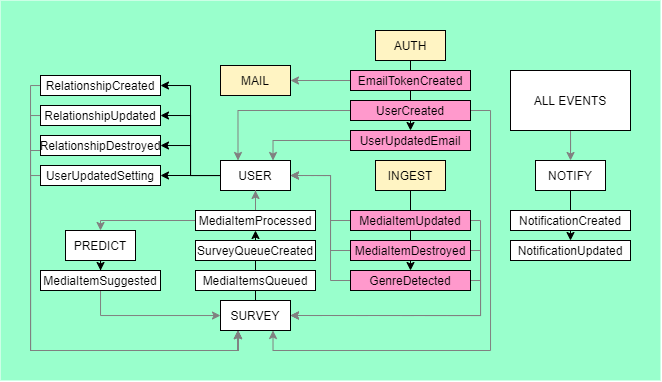
Above: docs/event-flow.png in flickswipe/app (draw.io), before the change. Source tidied: cells renumbered, new cells last; positions are measured from the earlier drawing's top-left corner, leaving out a move shared by most shapes.
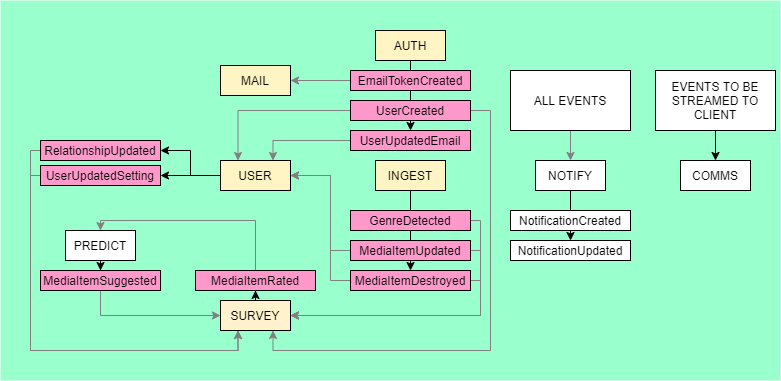
After the commit.

Change to the diagram source:
```diff
@@ -3,7 +3,7 @@
     <mxCell id="0" />
     <mxCell id="1" parent="0" />
     <mxCell id="2" style="whiteSpace=wrap;html=1;strokeColor=none;fillColor=#99FFCC;shadow=0;" parent="1" vertex="1">
-      <mxGeometry width="660" height="380" as="geometry" />
+      <mxGeometry width="780" height="380" as="geometry" />
     </mxCell>
     <mxCell id="3" style="edgeStyle=orthogonalEdgeStyle;rounded=0;jettySize=auto;html=1;entryX=0.5;entryY=0;entryDx=0;entryDy=0;" parent="1" edge="1" source="4" target="18">
       <mxGeometry relative="1" as="geometry" />
@@ -20,16 +20,10 @@
     <mxCell id="7" style="edgeStyle=orthogonalEdgeStyle;rounded=0;jettySize=auto;html=1;entryX=1;entryY=0.5;entryDx=0;entryDy=0;strokeColor=#000000;" parent="1" edge="1" source="11" target="39">
       <mxGeometry relative="1" as="geometry" />
     </mxCell>
-    <mxCell id="8" style="edgeStyle=orthogonalEdgeStyle;rounded=0;jettySize=auto;html=1;entryX=1;entryY=0.5;entryDx=0;entryDy=0;strokeColor=#000000;" parent="1" edge="1" source="11" target="36">
-      <mxGeometry relative="1" as="geometry" />
-    </mxCell>
-    <mxCell id="9" style="edgeStyle=orthogonalEdgeStyle;rounded=0;jettySize=auto;html=1;entryX=1;entryY=0.5;entryDx=0;entryDy=0;strokeColor=#000000;" parent="1" edge="1" source="11" target="34">
-      <mxGeometry relative="1" as="geometry" />
-    </mxCell>
     <mxCell id="10" style="edgeStyle=orthogonalEdgeStyle;rounded=0;jettySize=auto;html=1;entryX=1;entryY=0.5;entryDx=0;entryDy=0;strokeColor=#000000;" parent="1" edge="1" source="11" target="32">
       <mxGeometry relative="1" as="geometry" />
     </mxCell>
-    <mxCell id="11" value="USER" style="rounded=0;whiteSpace=wrap;html=1;" parent="1" vertex="1">
+    <mxCell id="11" value="USER" style="rounded=0;whiteSpace=wrap;html=1;fillColor=#FFF4C3;" parent="1" vertex="1">
       <mxGeometry x="220" y="160" width="70" height="30" as="geometry" />
     </mxCell>
     <mxCell id="12" style="edgeStyle=orthogonalEdgeStyle;rounded=0;jettySize=auto;html=1;" parent="1" edge="1" source="13" target="41">
@@ -65,14 +59,6 @@
     <mxCell id="20" value="EmailTokenCreated" style="rounded=0;whiteSpace=wrap;html=1;fillColor=#FF99CC;" parent="1" vertex="1">
       <mxGeometry x="350" y="70" width="120" height="20" as="geometry" />
     </mxCell>
-    <mxCell id="21" style="edgeStyle=orthogonalEdgeStyle;rounded=0;jettySize=auto;html=1;entryX=1;entryY=0.5;entryDx=0;entryDy=0;strokeColor=#808080;" parent="1" edge="1" source="23" target="11">
-      <mxGeometry relative="1" as="geometry">
-        <Array as="points">
-          <mxPoint x="330" y="220" />
-          <mxPoint x="330" y="175" />
-        </Array>
-      </mxGeometry>
-    </mxCell>
     <mxCell id="22" style="edgeStyle=orthogonalEdgeStyle;rounded=0;jettySize=auto;html=1;entryX=1;entryY=0.5;entryDx=0;entryDy=0;strokeColor=#808080;" parent="1" edge="1" source="23" target="49">
       <mxGeometry relative="1" as="geometry">
         <Array as="points">
@@ -81,9 +67,17 @@
         </Array>
       </mxGeometry>
     </mxCell>
-    <mxCell id="23" value="MediaItemUpdated" style="rounded=0;whiteSpace=wrap;html=1;fillColor=#FF99CC;" parent="1" vertex="1">
+    <mxCell id="23" value="GenreDetected" style="rounded=0;whiteSpace=wrap;html=1;fillColor=#FF99CC;" parent="1" vertex="1">
       <mxGeometry x="350" y="210" width="120" height="20" as="geometry" />
     </mxCell>
+    <mxCell id="25" style="edgeStyle=orthogonalEdgeStyle;rounded=0;jettySize=auto;html=1;entryX=1;entryY=0.5;entryDx=0;entryDy=0;strokeColor=#808080;" parent="1" edge="1" source="26" target="49">
+      <mxGeometry relative="1" as="geometry">
+        <Array as="points">
+          <mxPoint x="480" y="250" />
+          <mxPoint x="480" y="315" />
+        </Array>
+      </mxGeometry>
+    </mxCell>
     <mxCell id="24" style="edgeStyle=orthogonalEdgeStyle;rounded=0;jettySize=auto;html=1;entryX=1;entryY=0.5;entryDx=0;entryDy=0;strokeColor=#808080;" parent="1" edge="1" source="26" target="11">
       <mxGeometry relative="1" as="geometry">
         <Array as="points">
@@ -92,15 +86,7 @@
         </Array>
       </mxGeometry>
     </mxCell>
-    <mxCell id="25" style="edgeStyle=orthogonalEdgeStyle;rounded=0;jettySize=auto;html=1;entryX=1;entryY=0.5;entryDx=0;entryDy=0;strokeColor=#808080;" parent="1" edge="1" source="26" target="49">
-      <mxGeometry relative="1" as="geometry">
-        <Array as="points">
-          <mxPoint x="480" y="250" />
-          <mxPoint x="480" y="315" />
-        </Array>
-      </mxGeometry>
-    </mxCell>
-    <mxCell id="26" value="MediaItemDestroyed" style="rounded=0;whiteSpace=wrap;html=1;fillColor=#FF99CC;" parent="1" vertex="1">
+    <mxCell id="26" value="MediaItemUpdated" style="rounded=0;whiteSpace=wrap;html=1;fillColor=#FF99CC;" parent="1" vertex="1">
       <mxGeometry x="350" y="240" width="120" height="20" as="geometry" />
     </mxCell>
     <mxCell id="27" style="edgeStyle=orthogonalEdgeStyle;rounded=0;jettySize=auto;html=1;entryX=1;entryY=0.5;entryDx=0;entryDy=0;strokeColor=#808080;" parent="1" edge="1" source="29" target="11">
@@ -119,7 +105,7 @@
         </Array>
       </mxGeometry>
     </mxCell>
-    <mxCell id="29" value="GenreDetected" style="rounded=0;whiteSpace=wrap;html=1;fillColor=#FF99CC;" parent="1" vertex="1">
+    <mxCell id="29" value="MediaItemDestroyed" style="rounded=0;whiteSpace=wrap;html=1;fillColor=#FF99CC;" parent="1" vertex="1">
       <mxGeometry x="350" y="270" width="120" height="20" as="geometry" />
     </mxCell>
     <mxCell id="30" value="MAIL" style="rounded=0;whiteSpace=wrap;html=1;fillColor=#FFF4C3;" parent="1" vertex="1">
@@ -128,48 +114,15 @@
     <mxCell id="31" style="edgeStyle=orthogonalEdgeStyle;rounded=0;jettySize=auto;html=1;entryX=0.25;entryY=1;entryDx=0;entryDy=0;strokeColor=#808080;" parent="1" edge="1" source="32" target="49">
       <mxGeometry relative="1" as="geometry">
         <Array as="points">
-          <mxPoint x="30" y="85" />
+          <mxPoint x="30" y="150" />
           <mxPoint x="30" y="350" />
-          <mxPoint x="237" y="350" />
+          <mxPoint x="238" y="350" />
         </Array>
       </mxGeometry>
     </mxCell>
-    <mxCell id="32" value="RelationshipCreated" style="rounded=0;whiteSpace=wrap;html=1;" parent="1" vertex="1">
-      <mxGeometry x="40" y="75" width="120" height="20" as="geometry" />
+    <mxCell id="32" value="RelationshipUpdated" style="rounded=0;whiteSpace=wrap;html=1;fillColor=#FF99CC;" parent="1" vertex="1">
+      <mxGeometry x="40" y="140" width="120" height="20" as="geometry" />
     </mxCell>
-    <mxCell id="33" style="edgeStyle=orthogonalEdgeStyle;rounded=0;jettySize=auto;html=1;entryX=0.25;entryY=1;entryDx=0;entryDy=0;strokeColor=#808080;" parent="1" edge="1" source="34" target="49">
-      <mxGeometry relative="1" as="geometry">
-        <Array as="points">
-          <mxPoint x="30" y="115" />
-          <mxPoint x="30" y="350" />
-          <mxPoint x="237" y="350" />
-        </Array>
-      </mxGeometry>
-    </mxCell>
-    <mxCell id="34" value="RelationshipUpdated" style="rounded=0;whiteSpace=wrap;html=1;" parent="1" vertex="1">
-      <mxGeometry x="40" y="105" width="120" height="20" as="geometry" />
-    </mxCell>
-    <mxCell id="35" style="edgeStyle=orthogonalEdgeStyle;rounded=0;jettySize=auto;html=1;entryX=0.25;entryY=1;entryDx=0;entryDy=0;strokeColor=#808080;" parent="1" edge="1" source="36" target="49">
-      <mxGeometry relative="1" as="geometry">
-        <Array as="points">
-          <mxPoint x="30" y="150" />
-          <mxPoint x="30" y="350" />
-          <mxPoint x="237" y="350" />
-        </Array>
-      </mxGeometry>
-    </mxCell>
-    <mxCell id="36" value="RelationshipDestroyed" style="rounded=0;whiteSpace=wrap;html=1;" parent="1" vertex="1">
-      <mxGeometry x="40" y="135" width="120" height="20" as="geometry" />
-    </mxCell>
-    <mxCell id="37" style="edgeStyle=orthogonalEdgeStyle;rounded=0;jettySize=auto;html=1;entryX=0.25;entryY=1;entryDx=0;entryDy=0;strokeColor=#808080;" parent="1" edge="1" source="2" target="49">
-      <mxGeometry relative="1" as="geometry">
-        <Array as="points">
-          <mxPoint x="30" y="175" />
-          <mxPoint x="30" y="350" />
-          <mxPoint x="237" y="350" />
-        </Array>
-      </mxGeometry>
-    </mxCell>
     <mxCell id="38" style="edgeStyle=orthogonalEdgeStyle;rounded=0;jettySize=auto;html=1;entryX=0.25;entryY=1;entryDx=0;entryDy=0;strokeColor=#808080;" parent="1" edge="1" source="39" target="49">
       <mxGeometry relative="1" as="geometry">
         <Array as="points">
@@ -179,7 +132,7 @@
         </Array>
       </mxGeometry>
     </mxCell>
-    <mxCell id="39" value="UserUpdatedSetting" style="rounded=0;whiteSpace=wrap;html=1;" parent="1" vertex="1">
+    <mxCell id="39" value="UserUpdatedSetting" style="rounded=0;whiteSpace=wrap;html=1;fillColor=#FF99CC;" parent="1" vertex="1">
       <mxGeometry x="40" y="165" width="120" height="20" as="geometry" />
     </mxCell>
     <mxCell id="40" style="edgeStyle=orthogonalEdgeStyle;rounded=0;jettySize=auto;html=1;strokeColor=#808080;" parent="1" edge="1" source="41" target="49">
@@ -189,7 +142,7 @@
         </Array>
       </mxGeometry>
     </mxCell>
-    <mxCell id="41" value="MediaItemSuggested" style="rounded=0;whiteSpace=wrap;html=1;" parent="1" vertex="1">
+    <mxCell id="41" value="MediaItemSuggested" style="rounded=0;whiteSpace=wrap;html=1;fillColor=#FF99CC;" parent="1" vertex="1">
       <mxGeometry x="40" y="270" width="120" height="20" as="geometry" />
     </mxCell>
     <mxCell id="42" style="edgeStyle=orthogonalEdgeStyle;rounded=0;jettySize=auto;html=1;" parent="1" edge="1" source="43" target="47">
@@ -213,15 +166,9 @@
     <mxCell id="48" style="edgeStyle=orthogonalEdgeStyle;rounded=0;jettySize=auto;html=1;entryX=0.5;entryY=1;entryDx=0;entryDy=0;" parent="1" edge="1" source="49" target="53">
       <mxGeometry relative="1" as="geometry" />
     </mxCell>
-    <mxCell id="49" value="SURVEY" style="rounded=0;whiteSpace=wrap;html=1;" parent="1" vertex="1">
+    <mxCell id="49" value="SURVEY" style="rounded=0;whiteSpace=wrap;html=1;fillColor=#FFF2CC;" parent="1" vertex="1">
       <mxGeometry x="220" y="300" width="70" height="30" as="geometry" />
     </mxCell>
-    <mxCell id="50" value="SurveyQueueCreated" style="rounded=0;whiteSpace=wrap;html=1;" parent="1" vertex="1">
-      <mxGeometry x="195" y="240" width="120" height="20" as="geometry" />
-    </mxCell>
-    <mxCell id="51" style="edgeStyle=orthogonalEdgeStyle;rounded=0;jettySize=auto;html=1;entryX=0.5;entryY=1;entryDx=0;entryDy=0;strokeColor=#808080;" parent="1" edge="1" source="53" target="11">
-      <mxGeometry relative="1" as="geometry" />
-    </mxCell>
     <mxCell id="52" style="edgeStyle=orthogonalEdgeStyle;rounded=0;jettySize=auto;html=1;entryX=0.5;entryY=0;entryDx=0;entryDy=0;strokeColor=#808080;" parent="1" edge="1" source="53" target="13">
       <mxGeometry relative="1" as="geometry">
         <Array as="points">
@@ -229,11 +176,17 @@
         </Array>
       </mxGeometry>
     </mxCell>
-    <mxCell id="53" value="MediaItemProcessed" style="rounded=0;whiteSpace=wrap;html=1;" parent="1" vertex="1">
-      <mxGeometry x="195" y="210" width="120" height="20" as="geometry" />
+    <mxCell id="53" value="MediaItemRated" style="rounded=0;whiteSpace=wrap;html=1;fillColor=#FF99CC;" parent="1" vertex="1">
+      <mxGeometry x="195" y="270" width="120" height="20" as="geometry" />
     </mxCell>
-    <mxCell id="54" value="MediaItemsQueued" style="rounded=0;whiteSpace=wrap;html=1;" parent="1" vertex="1">
-      <mxGeometry x="195" y="270" width="120" height="20" as="geometry" />
-    </mxCell>
+    <mxCell id="55" value="COMMS" style="rounded=0;whiteSpace=wrap;html=1;" parent="1" vertex="1">
+      <mxGeometry x="680" y="160" width="70" height="30" as="geometry" />
+    </mxCell>
+    <mxCell id="56" style="edgeStyle=orthogonalEdgeStyle;rounded=0;jettySize=auto;html=1;" parent="1" edge="1" source="57" target="55">
+      <mxGeometry relative="1" as="geometry" />
+    </mxCell>
+    <mxCell id="57" value="EVENTS TO BE STREAMED TO CLIENT" style="rounded=0;whiteSpace=wrap;html=1;" parent="1" vertex="1">
+      <mxGeometry x="655" y="70" width="120" height="60" as="geometry" />
+    </mxCell>
   </root>
 </mxGraphModel>
```
